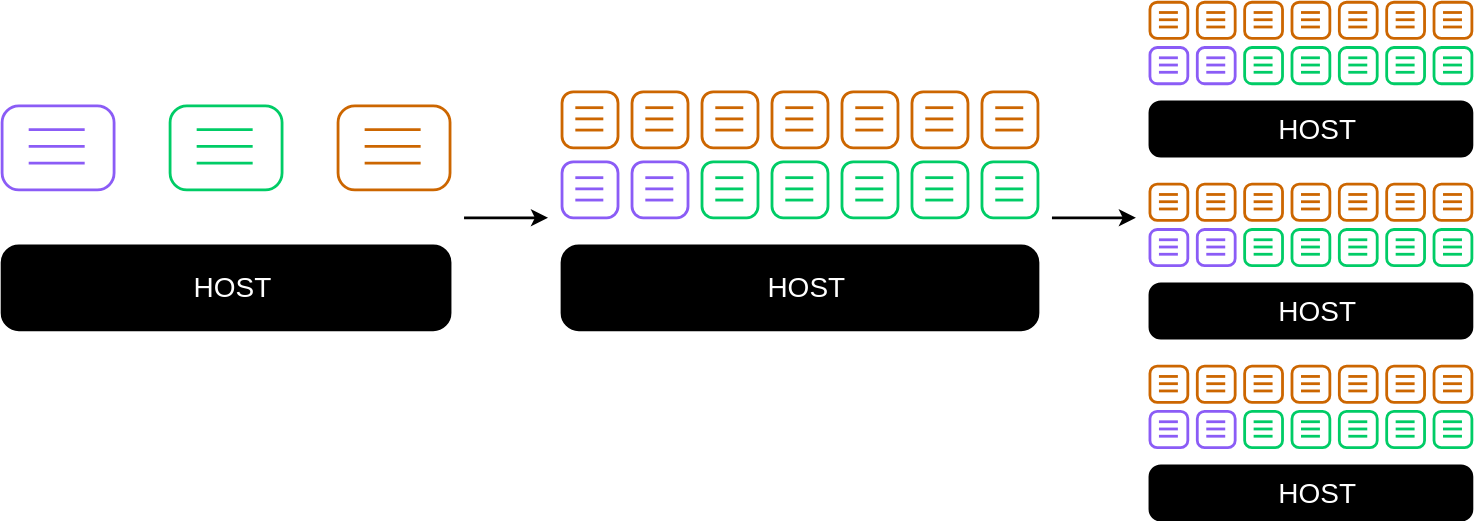
Before: presentation/assets/images/02_virtualization_vs_containerization/component-scalability.svg, a diagram exported from draw.io (Gepardec/containerization-training). Source tidied: cells renumbered, new cells last; positions are measured from the earlier drawing's top-left corner, leaving out a move shared by most shapes.
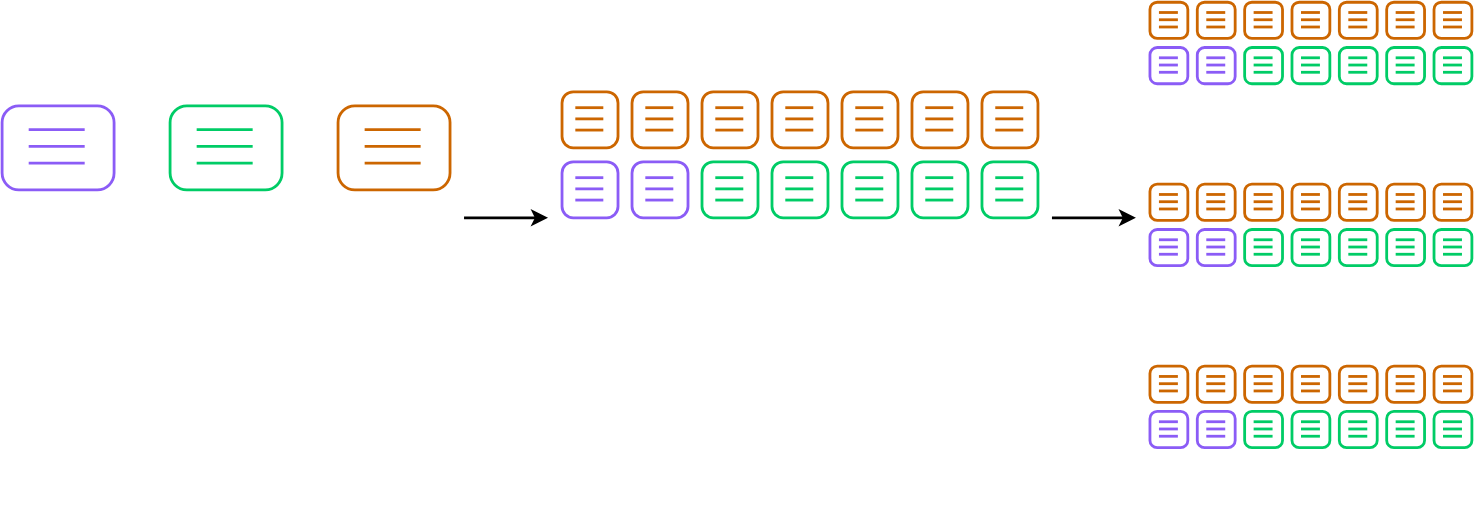
Later version of the same file.

The edit, as a diff of the source:
```diff
@@ -65,10 +65,10 @@
         <mxPoint x="299" y="115" as="targetPoint" />
       </mxGeometry>
     </mxCell>
-    <mxCell id="14" value="&lt;font style=&quot;font-size: 20px;&quot;&gt;HOST&lt;/font&gt;" style="rounded=1;whiteSpace=wrap;html=1;arcSize=20;fontSize=18;align=center;perimeterSpacing=0;spacingLeft=10;strokeColor=#000000;strokeWidth=2;fillColor=#000000;fontColor=#FFFFFF;" parent="1" vertex="1">
+    <mxCell id="14" value="&lt;font style=&quot;font-size: 20px;&quot;&gt;HOST&lt;/font&gt;" style="rounded=1;whiteSpace=wrap;html=1;arcSize=20;fontSize=18;align=center;perimeterSpacing=0;spacingLeft=10;strokeColor=#FFFFFF;strokeWidth=2;fillColor=none;fontColor=#FFFFFF;" parent="1" vertex="1">
       <mxGeometry y="174" width="320" height="60" as="geometry" />
     </mxCell>
-    <mxCell id="15" value="&lt;font style=&quot;font-size: 20px;&quot;&gt;HOST&lt;/font&gt;" style="rounded=1;whiteSpace=wrap;html=1;arcSize=20;fontSize=18;align=center;perimeterSpacing=0;spacingLeft=10;strokeColor=#000000;strokeWidth=2;fillColor=#000000;fontColor=#FFFFFF;" parent="1" vertex="1">
+    <mxCell id="15" value="&lt;font style=&quot;font-size: 20px;&quot;&gt;HOST&lt;/font&gt;" style="rounded=1;whiteSpace=wrap;html=1;arcSize=20;fontSize=18;align=center;perimeterSpacing=0;spacingLeft=10;strokeColor=#FFFFFF;strokeWidth=2;fillColor=none;fontColor=#FFFFFF;" parent="1" vertex="1">
       <mxGeometry x="400" y="174" width="340" height="60" as="geometry" />
     </mxCell>
     <mxCell id="16" style="group;strokeColor=none;" parent="1" vertex="1">
@@ -410,7 +410,7 @@
     <mxCell id="86" style="group;fillColor=none;" parent="1" vertex="1">
       <mxGeometry x="820" width="230" height="110" as="geometry" />
     </mxCell>
-    <mxCell id="87" value="&lt;font style=&quot;font-size: 20px;&quot;&gt;HOST&lt;/font&gt;" style="rounded=1;whiteSpace=wrap;html=1;arcSize=20;fontSize=18;align=center;perimeterSpacing=0;spacingLeft=10;strokeColor=#000000;strokeWidth=2;fillColor=#000000;fontColor=#FFFFFF;" parent="86" vertex="1">
+    <mxCell id="87" value="&lt;font style=&quot;font-size: 20px;&quot;&gt;HOST&lt;/font&gt;" style="rounded=1;whiteSpace=wrap;html=1;arcSize=20;fontSize=18;align=center;perimeterSpacing=0;spacingLeft=10;strokeColor=#FFFFFF;strokeWidth=2;fillColor=none;fontColor=#FFFFFF;" parent="86" vertex="1">
       <mxGeometry y="71.2" width="230" height="38.8" as="geometry" />
     </mxCell>
     <mxCell id="88" style="group;" parent="86" vertex="1">
@@ -752,7 +752,7 @@
     <mxCell id="158" style="group;fillColor=none;" parent="1" vertex="1">
       <mxGeometry x="820" y="130" width="230" height="110" as="geometry" />
     </mxCell>
-    <mxCell id="159" value="&lt;font style=&quot;font-size: 20px;&quot;&gt;HOST&lt;/font&gt;" style="rounded=1;whiteSpace=wrap;html=1;arcSize=20;fontSize=18;align=center;perimeterSpacing=0;spacingLeft=10;strokeColor=#000000;strokeWidth=2;fillColor=#000000;fontColor=#FFFFFF;" parent="158" vertex="1">
+    <mxCell id="159" value="&lt;font style=&quot;font-size: 20px;&quot;&gt;HOST&lt;/font&gt;" style="rounded=1;whiteSpace=wrap;html=1;arcSize=20;fontSize=18;align=center;perimeterSpacing=0;spacingLeft=10;strokeColor=#FFFFFF;strokeWidth=2;fillColor=none;fontColor=#FFFFFF;" parent="158" vertex="1">
       <mxGeometry y="71.2" width="230" height="38.8" as="geometry" />
     </mxCell>
     <mxCell id="160" style="group;" parent="158" vertex="1">
@@ -1094,7 +1094,7 @@
     <mxCell id="230" style="group;fillColor=none;" parent="1" vertex="1">
       <mxGeometry x="820" y="260" width="230" height="110" as="geometry" />
     </mxCell>
-    <mxCell id="231" value="&lt;font style=&quot;font-size: 20px;&quot;&gt;HOST&lt;/font&gt;" style="rounded=1;whiteSpace=wrap;html=1;arcSize=20;fontSize=18;align=center;perimeterSpacing=0;spacingLeft=10;strokeColor=#000000;strokeWidth=2;fillColor=#000000;fontColor=#FFFFFF;" parent="230" vertex="1">
+    <mxCell id="231" value="&lt;font style=&quot;font-size: 20px;&quot;&gt;HOST&lt;/font&gt;" style="rounded=1;whiteSpace=wrap;html=1;arcSize=20;fontSize=18;align=center;perimeterSpacing=0;spacingLeft=10;strokeColor=#FFFFFF;strokeWidth=2;fillColor=none;fontColor=#FFFFFF;" parent="230" vertex="1">
       <mxGeometry y="71.2" width="230" height="38.8" as="geometry" />
     </mxCell>
     <mxCell id="232" style="group;" parent="230" vertex="1">
```
